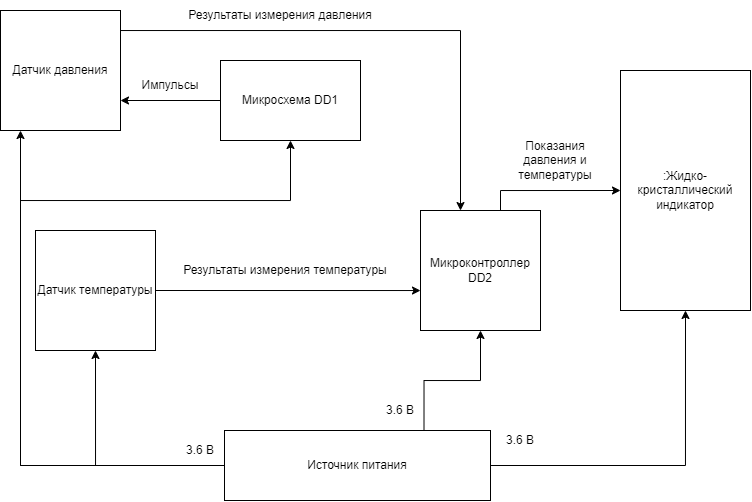
This is Структурная схема.png from IlyaFedoseev227/LABS-PNRPU-IVT-22-1b, a draw.io export, as it was before one commit. Source tidied: cells renumbered, new cells last; positions are measured from the earlier drawing's top-left corner, leaving out a move shared by most shapes. Source of this version:
```xml
<mxGraphModel>
  <root>
    <mxCell id="0" />
    <mxCell id="1" parent="0" />
    <mxCell id="2" style="edgeStyle=orthogonalEdgeStyle;rounded=0;jettySize=auto;html=1;exitX=0.75;exitY=0;exitDx=0;exitDy=0;entryX=0;entryY=0.5;entryDx=0;entryDy=0;" parent="1" edge="1" source="3" target="4">
      <mxGeometry relative="1" as="geometry">
        <Array as="points">
          <mxPoint x="500" y="210" />
          <mxPoint x="500" y="190" />
        </Array>
      </mxGeometry>
    </mxCell>
    <mxCell id="3" value="Микроконтроллер DD2" style="whiteSpace=wrap;html=1;" parent="1" vertex="1">
      <mxGeometry x="420" y="210" width="120" height="120" as="geometry" />
    </mxCell>
    <mxCell id="4" value=":Жидко-кристаллический индикатор" style="rounded=0;whiteSpace=wrap;html=1;" parent="1" vertex="1">
      <mxGeometry x="620" y="70" width="130" height="240" as="geometry" />
    </mxCell>
    <mxCell id="5" style="edgeStyle=orthogonalEdgeStyle;rounded=0;jettySize=auto;html=1;exitX=0;exitY=0.5;exitDx=0;exitDy=0;entryX=1;entryY=0.75;entryDx=0;entryDy=0;" parent="1" edge="1" source="6" target="8">
      <mxGeometry relative="1" as="geometry" />
    </mxCell>
    <mxCell id="6" value="Микросхема DD1" style="rounded=0;whiteSpace=wrap;html=1;" parent="1" vertex="1">
      <mxGeometry x="220" y="60" width="140" height="80" as="geometry" />
    </mxCell>
    <mxCell id="7" style="edgeStyle=orthogonalEdgeStyle;rounded=0;jettySize=auto;html=1;exitX=1;exitY=0.5;exitDx=0;exitDy=0;" parent="1" edge="1" source="8">
      <mxGeometry relative="1" as="geometry">
        <mxPoint x="460" y="210" as="targetPoint" />
        <Array as="points">
          <mxPoint x="120" y="30" />
          <mxPoint x="460" y="30" />
          <mxPoint x="460" y="210" />
        </Array>
      </mxGeometry>
    </mxCell>
    <mxCell id="8" value="Датчик давления" style="whiteSpace=wrap;html=1;" parent="1" vertex="1">
      <mxGeometry y="10" width="120" height="120" as="geometry" />
    </mxCell>
    <mxCell id="9" style="edgeStyle=orthogonalEdgeStyle;rounded=0;jettySize=auto;html=1;exitX=1;exitY=0.5;exitDx=0;exitDy=0;" parent="1" edge="1" source="10">
      <mxGeometry relative="1" as="geometry">
        <mxPoint x="420" y="290" as="targetPoint" />
        <Array as="points">
          <mxPoint x="420" y="290" />
        </Array>
      </mxGeometry>
    </mxCell>
    <mxCell id="10" value="Датчик температуры" style="whiteSpace=wrap;html=1;" parent="1" vertex="1">
      <mxGeometry x="35" y="230" width="120" height="120" as="geometry" />
    </mxCell>
    <mxCell id="11" style="edgeStyle=orthogonalEdgeStyle;rounded=0;jettySize=auto;html=1;exitX=1;exitY=0.5;exitDx=0;exitDy=0;entryX=0.5;entryY=1;entryDx=0;entryDy=0;" parent="1" edge="1" source="16" target="4">
      <mxGeometry relative="1" as="geometry" />
    </mxCell>
    <mxCell id="12" style="edgeStyle=orthogonalEdgeStyle;rounded=0;jettySize=auto;html=1;exitX=0;exitY=0.5;exitDx=0;exitDy=0;entryX=0.5;entryY=1;entryDx=0;entryDy=0;" parent="1" edge="1" source="16" target="10">
      <mxGeometry relative="1" as="geometry" />
    </mxCell>
    <mxCell id="13" style="edgeStyle=orthogonalEdgeStyle;rounded=0;jettySize=auto;html=1;exitX=0.75;exitY=0;exitDx=0;exitDy=0;entryX=0.5;entryY=1;entryDx=0;entryDy=0;" parent="1" edge="1" source="16" target="3">
      <mxGeometry relative="1" as="geometry" />
    </mxCell>
    <mxCell id="14" style="edgeStyle=orthogonalEdgeStyle;rounded=0;jettySize=auto;html=1;exitX=0;exitY=0.5;exitDx=0;exitDy=0;" parent="1" edge="1" source="16">
      <mxGeometry relative="1" as="geometry">
        <mxPoint x="20" y="130" as="targetPoint" />
        <Array as="points">
          <mxPoint x="20" y="465" />
          <mxPoint x="20" y="130" />
        </Array>
      </mxGeometry>
    </mxCell>
    <mxCell id="15" style="edgeStyle=orthogonalEdgeStyle;rounded=0;jettySize=auto;html=1;exitX=0;exitY=0.5;exitDx=0;exitDy=0;entryX=0.5;entryY=1;entryDx=0;entryDy=0;" parent="1" edge="1" source="16" target="6">
      <mxGeometry relative="1" as="geometry">
        <Array as="points">
          <mxPoint x="20" y="465" />
          <mxPoint x="20" y="200" />
          <mxPoint x="290" y="200" />
        </Array>
      </mxGeometry>
    </mxCell>
    <mxCell id="16" value="Источник питания" style="rounded=0;whiteSpace=wrap;html=1;" parent="1" vertex="1">
      <mxGeometry x="224" y="430" width="266" height="70" as="geometry" />
    </mxCell>
    <mxCell id="17" value="3.6 В" style="text;html=1;strokeColor=none;fillColor=none;align=center;verticalAlign=middle;whiteSpace=wrap;rounded=0;" parent="1" vertex="1">
      <mxGeometry x="500" y="430" width="40" height="20" as="geometry" />
    </mxCell>
    <mxCell id="18" value="3.6 В" style="text;html=1;strokeColor=none;fillColor=none;align=center;verticalAlign=middle;whiteSpace=wrap;rounded=0;" parent="1" vertex="1">
      <mxGeometry x="380" y="400" width="40" height="20" as="geometry" />
    </mxCell>
    <mxCell id="19" value="3.6 В" style="text;html=1;strokeColor=none;fillColor=none;align=center;verticalAlign=middle;whiteSpace=wrap;rounded=0;" parent="1" vertex="1">
      <mxGeometry x="180" y="440" width="40" height="20" as="geometry" />
    </mxCell>
    <mxCell id="20" value="Импульсы" style="text;html=1;strokeColor=none;fillColor=none;align=center;verticalAlign=middle;whiteSpace=wrap;rounded=0;" parent="1" vertex="1">
      <mxGeometry x="140" y="70" width="60" height="30" as="geometry" />
    </mxCell>
    <mxCell id="21" value="Результаты измерения давления" style="text;html=1;strokeColor=none;fillColor=none;align=center;verticalAlign=middle;whiteSpace=wrap;rounded=0;" parent="1" vertex="1">
      <mxGeometry x="170" width="220" height="30" as="geometry" />
    </mxCell>
    <mxCell id="22" value="Результаты измерения температуры" style="text;html=1;strokeColor=none;fillColor=none;align=center;verticalAlign=middle;whiteSpace=wrap;rounded=0;" parent="1" vertex="1">
      <mxGeometry x="180" y="255" width="210" height="30" as="geometry" />
    </mxCell>
    <mxCell id="23" value="Показания давления и температуры" style="text;html=1;strokeColor=none;fillColor=none;align=center;verticalAlign=middle;whiteSpace=wrap;rounded=0;" parent="1" vertex="1">
      <mxGeometry x="510" y="130" width="90" height="60" as="geometry" />
    </mxCell>
  </root>
</mxGraphModel>
```
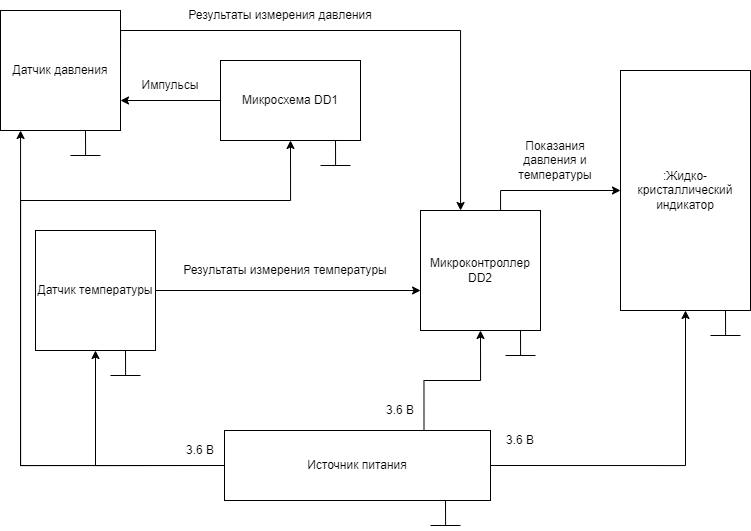
The same file after the commit.

The edit, as a diff of the source:
```diff
@@ -97,5 +97,59 @@
     <mxCell id="23" value="Показания давления и температуры" style="text;html=1;strokeColor=none;fillColor=none;align=center;verticalAlign=middle;whiteSpace=wrap;rounded=0;" parent="1" vertex="1">
       <mxGeometry x="510" y="130" width="90" height="60" as="geometry" />
     </mxCell>
+    <mxCell id="24" style="line;strokeWidth=1;html=1;" parent="1" vertex="1">
+      <mxGeometry x="70" y="150" width="30" height="10" as="geometry" />
+    </mxCell>
+    <mxCell id="25" style="edgeStyle=orthogonalEdgeStyle;rounded=0;jettySize=auto;html=1;exitX=1;exitY=0.5;exitDx=0;exitDy=0;exitPerimeter=0;entryX=0.503;entryY=0.485;entryDx=0;entryDy=0;entryPerimeter=0;endArrow=none;endFill=0;" parent="1" edge="1" source="26" target="24">
+      <mxGeometry relative="1" as="geometry" />
+    </mxCell>
+    <mxCell id="26" style="line;strokeWidth=1;direction=south;html=1;" parent="1" vertex="1">
+      <mxGeometry x="80" y="130" width="10" as="geometry" />
+    </mxCell>
+    <mxCell id="27" style="line;strokeWidth=1;html=1;" parent="1" vertex="1">
+      <mxGeometry x="430" y="520" width="30" height="10" as="geometry" />
+    </mxCell>
+    <mxCell id="28" style="edgeStyle=orthogonalEdgeStyle;rounded=0;jettySize=auto;html=1;exitX=1;exitY=0.5;exitDx=0;exitDy=0;exitPerimeter=0;entryX=0.503;entryY=0.485;entryDx=0;entryDy=0;entryPerimeter=0;endArrow=none;endFill=0;" parent="1" edge="1" source="29" target="27">
+      <mxGeometry relative="1" as="geometry" />
+    </mxCell>
+    <mxCell id="29" style="line;strokeWidth=1;direction=south;html=1;" parent="1" vertex="1">
+      <mxGeometry x="440" y="500" width="10" as="geometry" />
+    </mxCell>
+    <mxCell id="30" style="line;strokeWidth=1;html=1;" parent="1" vertex="1">
+      <mxGeometry x="710" y="330" width="30" height="10" as="geometry" />
+    </mxCell>
+    <mxCell id="31" style="edgeStyle=orthogonalEdgeStyle;rounded=0;jettySize=auto;html=1;exitX=1;exitY=0.5;exitDx=0;exitDy=0;exitPerimeter=0;entryX=0.503;entryY=0.485;entryDx=0;entryDy=0;entryPerimeter=0;endArrow=none;endFill=0;" parent="1" edge="1" source="32" target="30">
+      <mxGeometry relative="1" as="geometry" />
+    </mxCell>
+    <mxCell id="32" style="line;strokeWidth=1;direction=south;html=1;" parent="1" vertex="1">
+      <mxGeometry x="720" y="310" width="10" as="geometry" />
+    </mxCell>
+    <mxCell id="33" style="line;strokeWidth=1;html=1;" parent="1" vertex="1">
+      <mxGeometry x="505" y="350" width="30" height="10" as="geometry" />
+    </mxCell>
+    <mxCell id="34" style="edgeStyle=orthogonalEdgeStyle;rounded=0;jettySize=auto;html=1;exitX=1;exitY=0.5;exitDx=0;exitDy=0;exitPerimeter=0;entryX=0.503;entryY=0.485;entryDx=0;entryDy=0;entryPerimeter=0;endArrow=none;endFill=0;" parent="1" edge="1" source="35" target="33">
+      <mxGeometry relative="1" as="geometry" />
+    </mxCell>
+    <mxCell id="35" style="line;strokeWidth=1;direction=south;html=1;" parent="1" vertex="1">
+      <mxGeometry x="515" y="330" width="10" as="geometry" />
+    </mxCell>
+    <mxCell id="36" style="line;strokeWidth=1;html=1;" parent="1" vertex="1">
+      <mxGeometry x="110" y="370" width="30" height="10" as="geometry" />
+    </mxCell>
+    <mxCell id="37" style="edgeStyle=orthogonalEdgeStyle;rounded=0;jettySize=auto;html=1;exitX=1;exitY=0.5;exitDx=0;exitDy=0;exitPerimeter=0;entryX=0.503;entryY=0.485;entryDx=0;entryDy=0;entryPerimeter=0;endArrow=none;endFill=0;" parent="1" edge="1" source="38" target="36">
+      <mxGeometry relative="1" as="geometry" />
+    </mxCell>
+    <mxCell id="38" style="line;strokeWidth=1;direction=south;html=1;" parent="1" vertex="1">
+      <mxGeometry x="120" y="350" width="10" as="geometry" />
+    </mxCell>
+    <mxCell id="39" style="line;strokeWidth=1;html=1;" parent="1" vertex="1">
+      <mxGeometry x="320" y="160" width="30" height="10" as="geometry" />
+    </mxCell>
+    <mxCell id="40" style="edgeStyle=orthogonalEdgeStyle;rounded=0;jettySize=auto;html=1;exitX=1;exitY=0.5;exitDx=0;exitDy=0;exitPerimeter=0;entryX=0.503;entryY=0.485;entryDx=0;entryDy=0;entryPerimeter=0;endArrow=none;endFill=0;" parent="1" edge="1" source="41" target="39">
+      <mxGeometry relative="1" as="geometry" />
+    </mxCell>
+    <mxCell id="41" style="line;strokeWidth=1;direction=south;html=1;" parent="1" vertex="1">
+      <mxGeometry x="330" y="140" width="10" as="geometry" />
+    </mxCell>
   </root>
 </mxGraphModel>
```
